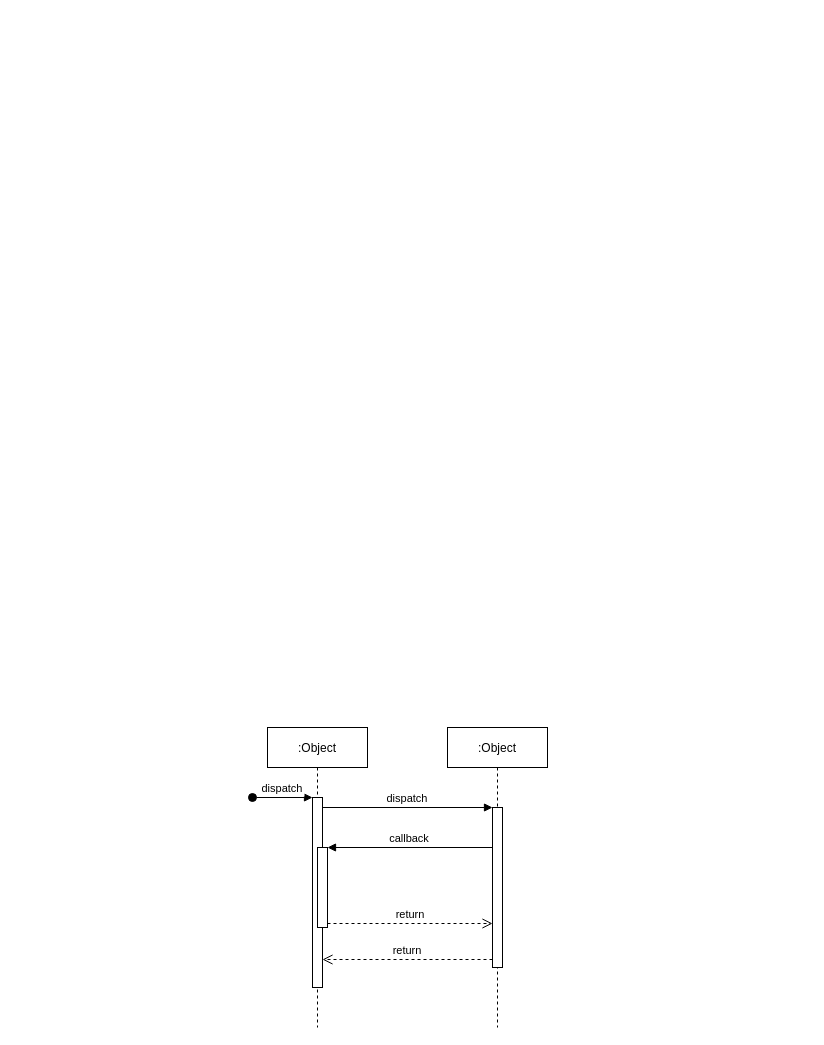
Earlier version of the draw.io diagram GitTest/Microservices.drawio (sujithga/GitTest). Source tidied: cells renumbered, new cells numbered last; positions are measured from the earlier drawing's top-left corner, leaving out a move shared by most shapes. Both pictures are drawn from the tidied source at 100%, with x=0, y=0 at pixel (252, 727).
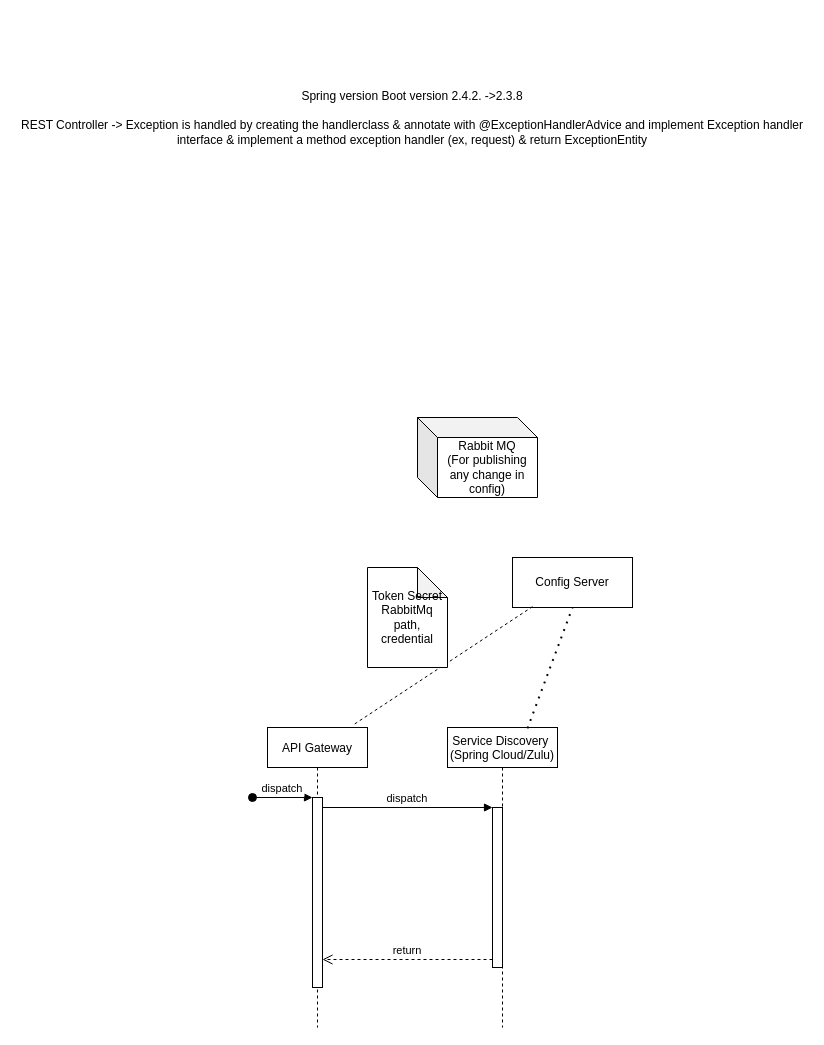
After the change.

Diff of the diagram source:
```diff
@@
 <mxGraphModel>
   <root>
     <mxCell id="0" />
     <mxCell id="1" parent="0" />
-    <mxCell id="2" value=":Object" style="shape=umlLifeline;perimeter=lifelinePerimeter;rounded=0;shadow=0;strokeWidth=1;" parent="1" vertex="1">
+    <mxCell id="2" value="API Gateway" style="shape=umlLifeline;perimeter=lifelinePerimeter;rounded=0;shadow=0;strokeWidth=1;" parent="1" vertex="1">
       <mxGeometry x="15" width="100" height="300" as="geometry" />
     </mxCell>
     <mxCell id="3" style="points=[];perimeter=orthogonalPerimeter;rounded=0;shadow=0;strokeWidth=1;" parent="2" vertex="1">
       <mxGeometry x="45" y="70" width="10" height="190" as="geometry" />
     </mxCell>
     <mxCell id="4" value="dispatch" style="verticalAlign=bottom;startArrow=oval;endArrow=block;startSize=8;shadow=0;strokeWidth=1;" parent="2" edge="1" target="3">
       <mxGeometry relative="1" as="geometry">
         <mxPoint x="-15" y="70" as="sourcePoint" />
       </mxGeometry>
     </mxCell>
-    <mxCell id="5" style="points=[];perimeter=orthogonalPerimeter;rounded=0;shadow=0;strokeWidth=1;" parent="2" vertex="1">
-      <mxGeometry x="50" y="120" width="10" height="80" as="geometry" />
-    </mxCell>
-    <mxCell id="6" value=":Object" style="shape=umlLifeline;perimeter=lifelinePerimeter;rounded=0;shadow=0;strokeWidth=1;" parent="1" vertex="1">
-      <mxGeometry x="195" width="100" height="300" as="geometry" />
+    <mxCell id="6" value="Service Discovery &#10;(Spring Cloud/Zulu)" style="shape=umlLifeline;perimeter=lifelinePerimeter;rounded=0;shadow=0;strokeWidth=1;" parent="1" vertex="1">
+      <mxGeometry x="195" width="110" height="300" as="geometry" />
     </mxCell>
     <mxCell id="7" style="points=[];perimeter=orthogonalPerimeter;rounded=0;shadow=0;strokeWidth=1;" parent="6" vertex="1">
       <mxGeometry x="45" y="80" width="10" height="160" as="geometry" />
     </mxCell>
     <mxCell id="8" value="return" style="verticalAlign=bottom;endArrow=open;dashed=1;endSize=8;exitX=0;exitY=0.95;shadow=0;strokeWidth=1;" parent="1" edge="1" source="7" target="3">
       <mxGeometry relative="1" as="geometry" />
     </mxCell>
     <mxCell id="9" value="dispatch" style="verticalAlign=bottom;endArrow=block;entryX=0;entryY=0;shadow=0;strokeWidth=1;" parent="1" edge="1" source="3" target="7">
       <mxGeometry relative="1" as="geometry" />
     </mxCell>
-    <mxCell id="10" value="callback" style="verticalAlign=bottom;endArrow=block;entryX=1;entryY=0;shadow=0;strokeWidth=1;" parent="1" edge="1" source="7" target="5">
-      <mxGeometry relative="1" as="geometry" />
-    </mxCell>
-    <mxCell id="11" value="return" style="verticalAlign=bottom;endArrow=open;dashed=1;endSize=8;exitX=1;exitY=0.95;shadow=0;strokeWidth=1;" parent="1" edge="1" source="5" target="7">
-      <mxGeometry relative="1" as="geometry" />
-    </mxCell>
+    <mxCell id="12" value="Config Server" style="rounded=0;whiteSpace=wrap;html=1;" parent="1" vertex="1">
+      <mxGeometry x="260" y="-170" width="120" height="50" as="geometry" />
+    </mxCell>
+    <mxCell id="13" style="endArrow=none;dashed=1;html=1;exitX=0.167;exitY=0.983;exitDx=0;exitDy=0;exitPerimeter=0;entryX=0.85;entryY=-0.007;entryDx=0;entryDy=0;entryPerimeter=0;" parent="1" edge="1" source="12" target="2">
+      <mxGeometry relative="1" as="geometry" />
+    </mxCell>
+    <mxCell id="14" style="endArrow=none;dashed=1;html=1;dashPattern=1 3;strokeWidth=2;entryX=0.5;entryY=1;entryDx=0;entryDy=0;exitX=0.727;exitY=0.003;exitDx=0;exitDy=0;exitPerimeter=0;" parent="1" edge="1" source="6" target="12">
+      <mxGeometry relative="1" as="geometry" />
+    </mxCell>
+    <mxCell id="15" value="Token Secret&lt;br&gt;RabbitMq path, credential" style="shape=note;whiteSpace=wrap;html=1;backgroundOutline=1;darkOpacity=0.05;" parent="1" vertex="1">
+      <mxGeometry x="115" y="-160" width="80" height="100" as="geometry" />
+    </mxCell>
+    <mxCell id="16" value="Rabbit MQ&lt;br&gt;(For publishing any change in config)" style="shape=cube;whiteSpace=wrap;html=1;boundedLbl=1;backgroundOutline=1;darkOpacity=0.05;darkOpacity2=0.1;" parent="1" vertex="1">
+      <mxGeometry x="165" y="-310" width="120" height="80" as="geometry" />
+    </mxCell>
+    <mxCell id="17" value="Spring version Boot version 2.4.2. -&amp;gt;2.3.8&lt;br&gt;&lt;br&gt;REST Controller -&amp;gt; Exception is handled by creating the handlerclass &amp;amp; annotate with @ExceptionHandlerAdvice and implement Exception handler interface &amp;amp; implement a method exception handler (ex, request) &amp;amp; return ExceptionEntity&lt;br&gt;&lt;br&gt;&amp;nbsp; &amp;nbsp; &amp;nbsp; &amp;nbsp; &amp;nbsp; &amp;nbsp; &amp;nbsp; &amp;nbsp; &amp;nbsp; &amp;nbsp; &amp;nbsp; &amp;nbsp; &amp;nbsp; &amp;nbsp; &amp;nbsp; &amp;nbsp;" style="text;html=1;strokeColor=none;fillColor=none;align=center;verticalAlign=middle;whiteSpace=wrap;rounded=0;" parent="1" vertex="1">
+      <mxGeometry x="-235" y="-710" width="790" height="230" as="geometry" />
+    </mxCell>
   </root>
 </mxGraphModel>
```
